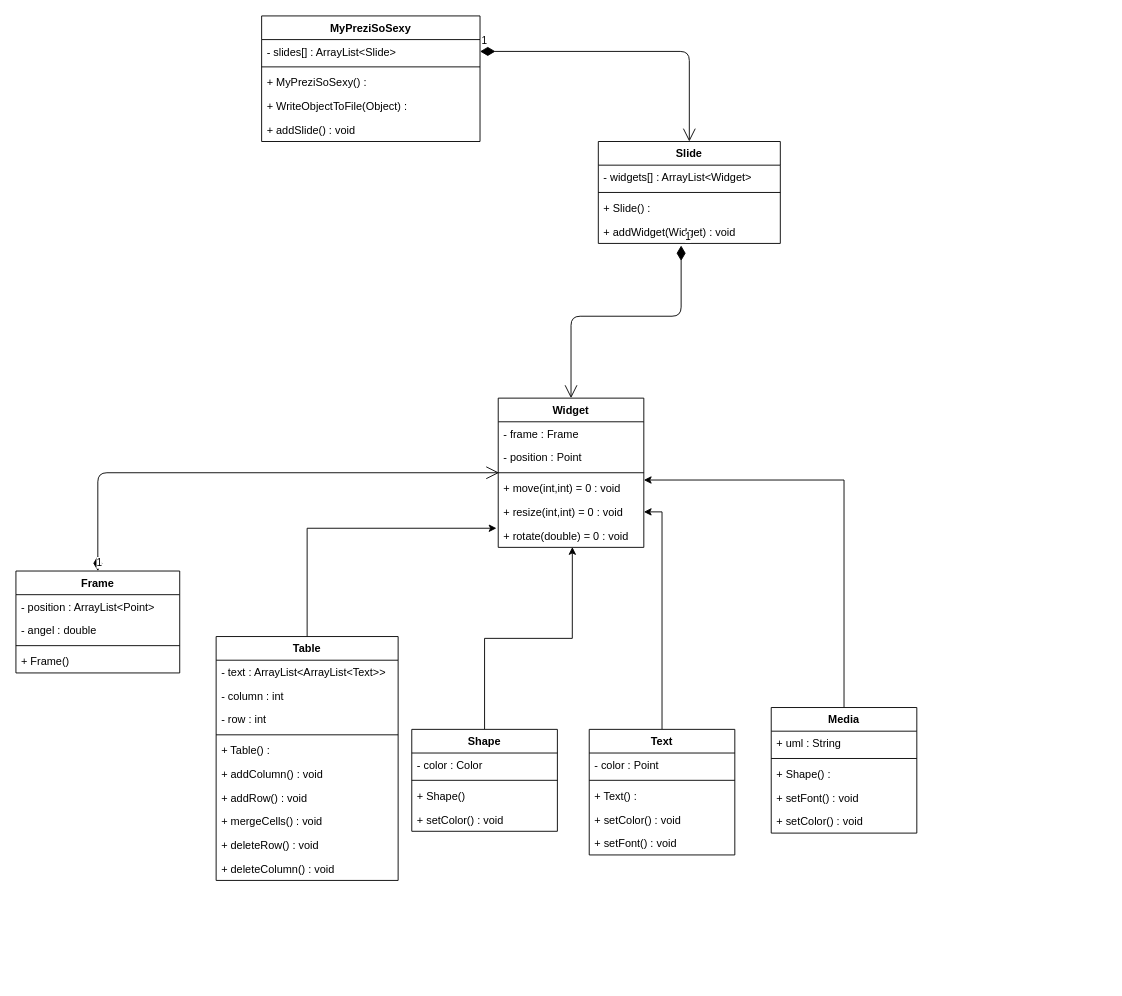
Before: Rerfernece/uml.drawio in eric56421/Java_Final_Project, a draw.io diagram. Source tidied: cells renumbered, new cells numbered last; positions are measured from the earlier drawing's top-left corner, leaving out a move shared by most shapes. Both pictures are drawn from the tidied source at 91%, with x=0, y=0 at pixel (15, 15).
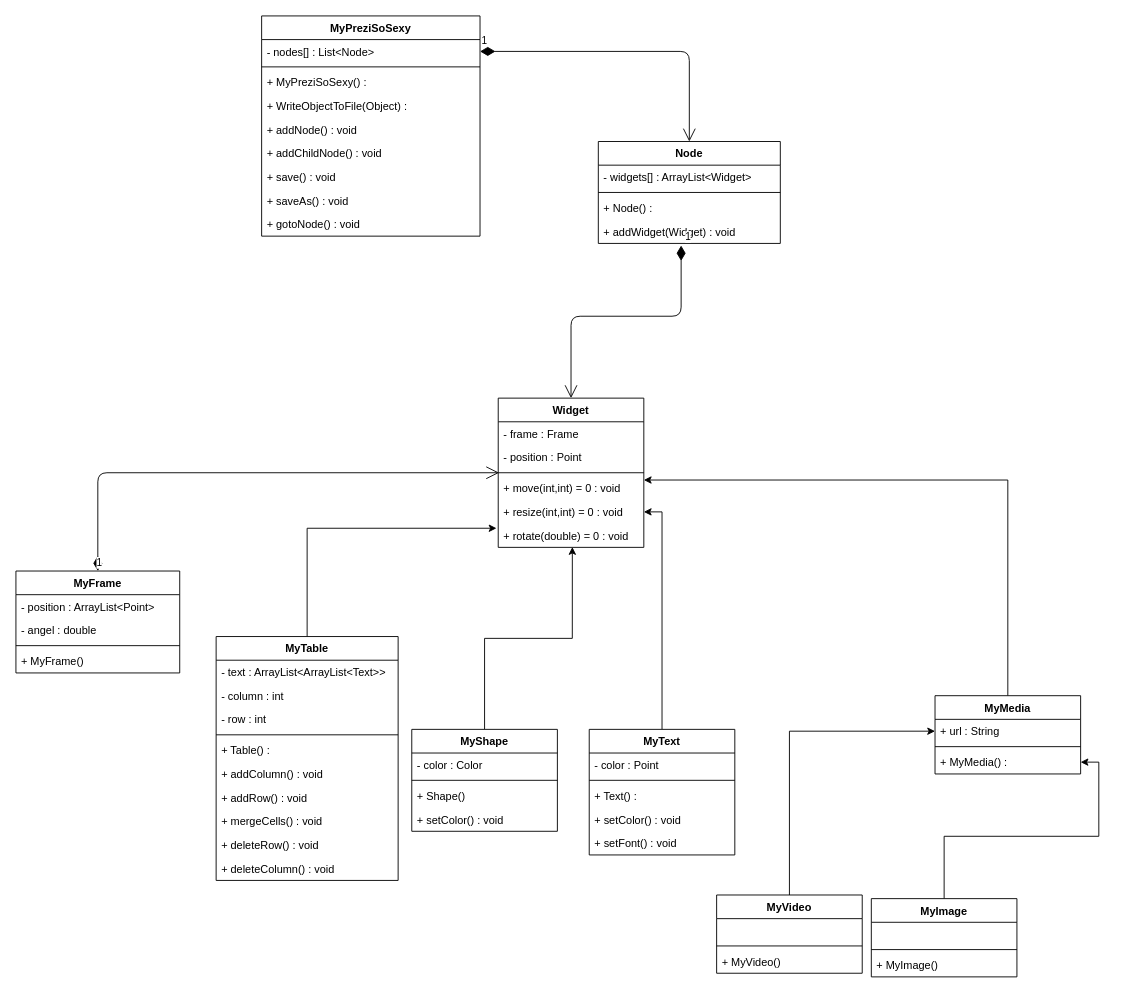
Above is the later version.

Diff of the diagram source:
```diff
@@
-    <mxCell id="10" value="Shape" style="swimlane;fontStyle=1;align=center;verticalAlign=top;horizontal=1;startSize=26;" parent="1" vertex="1">
+    <mxCell id="10" value="MyShape" style="swimlane;fontStyle=1;align=center;verticalAlign=top;horizontal=1;startSize=26;" parent="1" vertex="1">
       <mxGeometry x="435" y="784" width="160" height="112" as="geometry" />
     </mxCell>
@@
-    <mxCell id="15" value="Frame" style="swimlane;fontStyle=1;align=center;verticalAlign=top;horizontal=1;startSize=26;" parent="1" vertex="1">
+    <mxCell id="15" value="MyFrame" style="swimlane;fontStyle=1;align=center;verticalAlign=top;horizontal=1;startSize=26;" parent="1" vertex="1">
       <mxGeometry y="610" width="180" height="112" as="geometry" />
     </mxCell>
@@
-    <mxCell id="19" value="+ Frame()" style="text;strokeColor=none;fillColor=none;align=left;verticalAlign=top;spacingLeft=4;spacingRight=4;overflow=hidden;" parent="15" vertex="1">
+    <mxCell id="19" value="+ MyFrame()" style="text;strokeColor=none;fillColor=none;align=left;verticalAlign=top;spacingLeft=4;spacingRight=4;overflow=hidden;" parent="15" vertex="1">
       <mxGeometry y="86" width="180" height="26" as="geometry" />
     </mxCell>
@@
-    <mxCell id="21" value="Text" style="swimlane;fontStyle=1;align=center;verticalAlign=top;horizontal=1;startSize=26;" parent="1" vertex="1">
+    <mxCell id="21" value="MyText" style="swimlane;fontStyle=1;align=center;verticalAlign=top;horizontal=1;startSize=26;" parent="1" vertex="1">
       <mxGeometry x="630" y="784" width="160" height="138" as="geometry" />
     </mxCell>
@@
     <mxCell id="27" value="MyPreziSoSexy" style="swimlane;fontStyle=1;align=center;verticalAlign=top;horizontal=1;startSize=26;" parent="1" vertex="1">
-      <mxGeometry x="270" width="240" height="138" as="geometry" />
+      <mxGeometry x="270" width="240" height="242" as="geometry" />
     </mxCell>
-    <mxCell id="28" value="- slides[] : ArrayList&lt;Slide&gt;" style="text;strokeColor=none;fillColor=none;align=left;verticalAlign=top;spacingLeft=4;spacingRight=4;overflow=hidden;points=[[0,0.5],[1,0.5]];portConstraint=eastwest;" parent="27" vertex="1">
+    <mxCell id="28" value="- nodes[] : List&lt;Node&gt;" style="text;strokeColor=none;fillColor=none;align=left;verticalAlign=top;spacingLeft=4;spacingRight=4;overflow=hidden;points=[[0,0.5],[1,0.5]];portConstraint=eastwest;" parent="27" vertex="1">
       <mxGeometry y="26" width="240" height="26" as="geometry" />
     </mxCell>
@@
-    <mxCell id="32" value="+ addSlide() : void" style="text;strokeColor=none;fillColor=none;align=left;verticalAlign=top;spacingLeft=4;spacingRight=4;overflow=hidden;" parent="27" vertex="1">
+    <mxCell id="32" value="+ addNode() : void" style="text;strokeColor=none;fillColor=none;align=left;verticalAlign=top;spacingLeft=4;spacingRight=4;overflow=hidden;" parent="27" vertex="1">
       <mxGeometry y="112" width="240" height="26" as="geometry" />
     </mxCell>
+    <mxCell id="60" value="+ addChildNode() : void" style="text;strokeColor=none;fillColor=none;align=left;verticalAlign=top;spacingLeft=4;spacingRight=4;overflow=hidden;" parent="27" vertex="1">
+      <mxGeometry y="138" width="240" height="26" as="geometry" />
+    </mxCell>
+    <mxCell id="61" value="+ save() : void" style="text;strokeColor=none;fillColor=none;align=left;verticalAlign=top;spacingLeft=4;spacingRight=4;overflow=hidden;" parent="27" vertex="1">
+      <mxGeometry y="164" width="240" height="26" as="geometry" />
+    </mxCell>
+    <mxCell id="62" value="+ saveAs() : void" style="text;strokeColor=none;fillColor=none;align=left;verticalAlign=top;spacingLeft=4;spacingRight=4;overflow=hidden;" parent="27" vertex="1">
+      <mxGeometry y="190" width="240" height="26" as="geometry" />
+    </mxCell>
+    <mxCell id="63" value="+ gotoNode() : void" style="text;strokeColor=none;fillColor=none;align=left;verticalAlign=top;spacingLeft=4;spacingRight=4;overflow=hidden;" parent="27" vertex="1">
+      <mxGeometry y="216" width="240" height="26" as="geometry" />
+    </mxCell>
-    <mxCell id="33" value="Slide" style="swimlane;fontStyle=1;align=center;verticalAlign=top;horizontal=1;startSize=26;" parent="1" vertex="1">
+    <mxCell id="33" value="Node" style="swimlane;fontStyle=1;align=center;verticalAlign=top;horizontal=1;startSize=26;" parent="1" vertex="1">
       <mxGeometry x="640" y="138" width="200" height="112" as="geometry" />
     </mxCell>
@@
-    <mxCell id="36" value="+ Slide() : " style="text;strokeColor=none;fillColor=none;align=left;verticalAlign=top;spacingLeft=4;spacingRight=4;overflow=hidden;" parent="33" vertex="1">
+    <mxCell id="36" value="+ Node() : " style="text;strokeColor=none;fillColor=none;align=left;verticalAlign=top;spacingLeft=4;spacingRight=4;overflow=hidden;" parent="33" vertex="1">
       <mxGeometry y="60" width="200" height="26" as="geometry" />
     </mxCell>
@@
-    <mxCell id="39" value="Table" style="swimlane;fontStyle=1;align=center;verticalAlign=top;horizontal=1;startSize=26;" parent="1" vertex="1">
+    <mxCell id="39" value="MyTable" style="swimlane;fontStyle=1;align=center;verticalAlign=top;horizontal=1;startSize=26;" parent="1" vertex="1">
       <mxGeometry x="220" y="682" width="200" height="268" as="geometry" />
     </mxCell>
@@
-    <mxCell id="51" value="Media" style="swimlane;fontStyle=1;align=center;verticalAlign=top;horizontal=1;startSize=26;" parent="1" vertex="1">
-      <mxGeometry x="830" y="760" width="160" height="138" as="geometry" />
+    <mxCell id="51" value="MyMedia" style="swimlane;fontStyle=1;align=center;verticalAlign=top;horizontal=1;startSize=26;" parent="1" vertex="1">
+      <mxGeometry x="1010" y="747" width="160" height="86" as="geometry" />
     </mxCell>
-    <mxCell id="52" value="+ uml : String" style="text;strokeColor=none;fillColor=none;align=left;verticalAlign=top;spacingLeft=4;spacingRight=4;overflow=hidden;points=[[0,0.5],[1,0.5]];portConstraint=eastwest;" parent="51" vertex="1">
+    <mxCell id="52" value="+ url : String" style="text;strokeColor=none;fillColor=none;align=left;verticalAlign=top;spacingLeft=4;spacingRight=4;overflow=hidden;points=[[0,0.5],[1,0.5]];portConstraint=eastwest;" parent="51" vertex="1">
       <mxGeometry y="26" width="160" height="26" as="geometry" />
     </mxCell>
@@
-    <mxCell id="54" value="+ Shape() :" style="text;strokeColor=none;fillColor=none;align=left;verticalAlign=top;spacingLeft=4;spacingRight=4;overflow=hidden;points=[[0,0.5],[1,0.5]];portConstraint=eastwest;" parent="51" vertex="1">
+    <mxCell id="54" value="+ MyMedia() :" style="text;strokeColor=none;fillColor=none;align=left;verticalAlign=top;spacingLeft=4;spacingRight=4;overflow=hidden;points=[[0,0.5],[1,0.5]];portConstraint=eastwest;" parent="51" vertex="1">
       <mxGeometry y="60" width="160" height="26" as="geometry" />
     </mxCell>
-    <mxCell id="55" value="+ setFont() : void" style="text;strokeColor=none;fillColor=none;align=left;verticalAlign=top;spacingLeft=4;spacingRight=4;overflow=hidden;" parent="51" vertex="1">
-      <mxGeometry y="86" width="160" height="26" as="geometry" />
-    </mxCell>
-    <mxCell id="56" value="+ setColor() : void" style="text;strokeColor=none;fillColor=none;align=left;verticalAlign=top;spacingLeft=4;spacingRight=4;overflow=hidden;" parent="51" vertex="1">
-      <mxGeometry y="112" width="160" height="26" as="geometry" />
-    </mxCell>
@@
+    <mxCell id="64" style="edgeStyle=orthogonalEdgeStyle;rounded=0;jettySize=auto;html=1;entryX=1;entryY=0.5;entryDx=0;entryDy=0;" parent="1" edge="1" source="65" target="54">
+      <mxGeometry relative="1" as="geometry" />
+    </mxCell>
+    <mxCell id="65" value="MyImage" style="swimlane;fontStyle=1;align=center;verticalAlign=top;horizontal=1;startSize=26;" parent="1" vertex="1">
+      <mxGeometry x="940" y="970" width="160" height="86" as="geometry" />
+    </mxCell>
+    <mxCell id="66" value=" " style="text;strokeColor=none;fillColor=none;align=left;verticalAlign=top;spacingLeft=4;spacingRight=4;overflow=hidden;" parent="65" vertex="1">
+      <mxGeometry y="26" width="160" height="26" as="geometry" />
+    </mxCell>
+    <mxCell id="67" style="line;strokeWidth=1;fillColor=none;align=left;verticalAlign=middle;spacingTop=-1;spacingLeft=3;spacingRight=3;labelPosition=right;" parent="65" vertex="1">
+      <mxGeometry y="52" width="160" height="8" as="geometry" />
+    </mxCell>
+    <mxCell id="68" value="+ MyImage()" style="text;strokeColor=none;fillColor=none;align=left;verticalAlign=top;spacingLeft=4;spacingRight=4;overflow=hidden;" parent="65" vertex="1">
+      <mxGeometry y="60" width="160" height="26" as="geometry" />
+    </mxCell>
+    <mxCell id="69" style="edgeStyle=orthogonalEdgeStyle;rounded=0;jettySize=auto;html=1;entryX=0;entryY=0.5;entryDx=0;entryDy=0;" parent="1" edge="1" source="70" target="52">
+      <mxGeometry relative="1" as="geometry" />
+    </mxCell>
+    <mxCell id="70" value="MyVideo" style="swimlane;fontStyle=1;align=center;verticalAlign=top;horizontal=1;startSize=26;" parent="1" vertex="1">
+      <mxGeometry x="770" y="966" width="160" height="86" as="geometry" />
+    </mxCell>
+    <mxCell id="71" value=" " style="text;strokeColor=none;fillColor=none;align=left;verticalAlign=top;spacingLeft=4;spacingRight=4;overflow=hidden;" parent="70" vertex="1">
+      <mxGeometry y="26" width="160" height="26" as="geometry" />
+    </mxCell>
+    <mxCell id="72" style="line;strokeWidth=1;fillColor=none;align=left;verticalAlign=middle;spacingTop=-1;spacingLeft=3;spacingRight=3;labelPosition=right;" parent="70" vertex="1">
+      <mxGeometry y="52" width="160" height="8" as="geometry" />
+    </mxCell>
+    <mxCell id="73" value="+ MyVideo()" style="text;strokeColor=none;fillColor=none;align=left;verticalAlign=top;spacingLeft=4;spacingRight=4;overflow=hidden;" parent="70" vertex="1">
+      <mxGeometry y="60" width="160" height="26" as="geometry" />
+    </mxCell>
```
